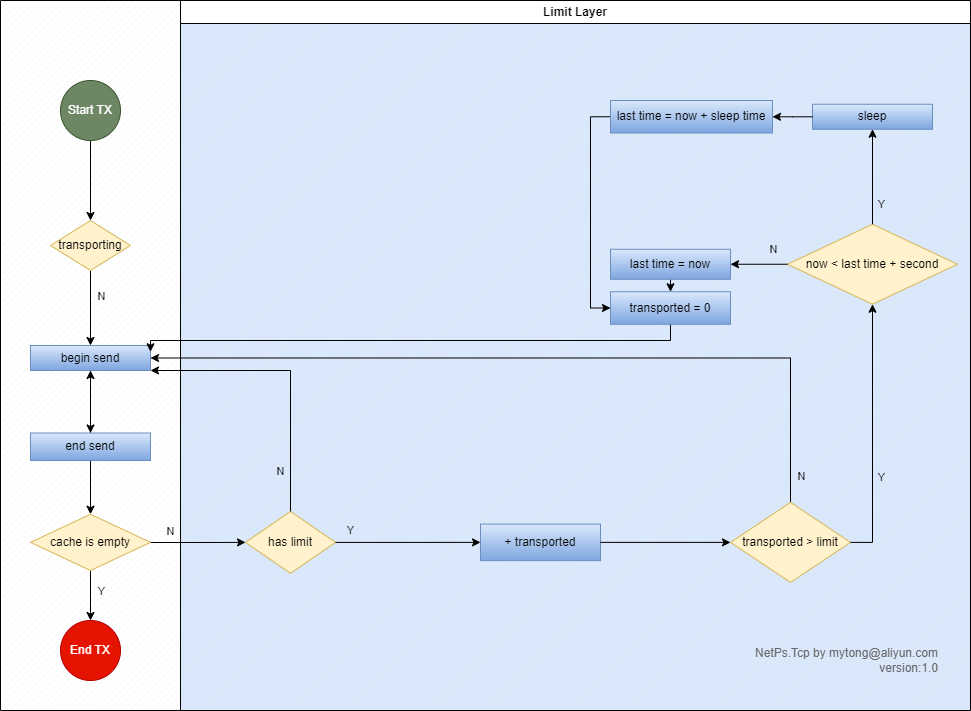
Earlier version of the draw.io export src/NetPs.Tcp/doc/TcpLimitTx.png (NetProtocols/NetPs). Source tidied: cells renumbered, new cells last; positions are measured from the earlier drawing's top-left corner, leaving out a move shared by most shapes.
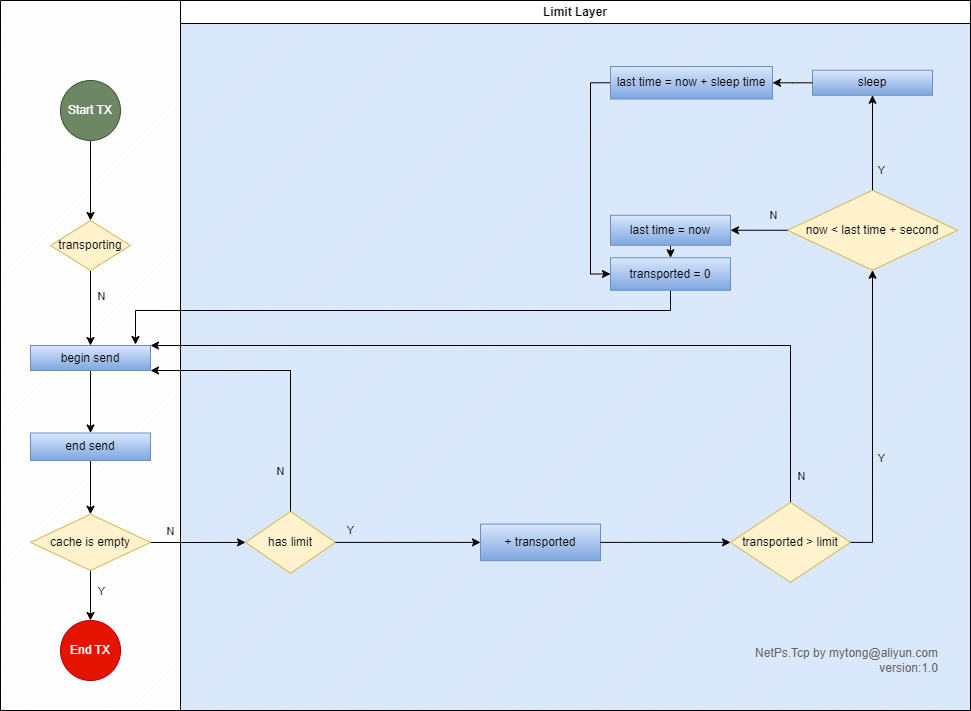
After the change.

Change to the diagram source:
```diff
@@ -40,9 +40,6 @@
     <mxCell id="13" style="edgeStyle=orthogonalEdgeStyle;rounded=0;jettySize=auto;html=1;" parent="1" edge="1" source="15" target="20">
       <mxGeometry relative="1" as="geometry" />
     </mxCell>
-    <mxCell id="14" style="edgeStyle=orthogonalEdgeStyle;rounded=0;jettySize=auto;html=1;" parent="1" edge="1" source="15" target="12">
-      <mxGeometry relative="1" as="geometry" />
-    </mxCell>
     <mxCell id="15" value="end send" style="whiteSpace=wrap;html=1;fillColor=#dae8fc;strokeColor=#6c8ebf;gradientColor=#7ea6e0;" parent="1" vertex="1">
       <mxGeometry x="30" y="432.5" width="120" height="27.5" as="geometry" />
     </mxCell>
@@ -91,8 +88,12 @@
         <mxPoint x="-48" y="-12" as="offset" />
       </mxGeometry>
     </mxCell>
-    <mxCell id="27" style="edgeStyle=orthogonalEdgeStyle;rounded=0;jettySize=auto;html=1;exitX=0.5;exitY=0;exitDx=0;exitDy=0;entryX=1;entryY=0.5;entryDx=0;entryDy=0;" parent="1" edge="1" source="29" target="12">
-      <mxGeometry relative="1" as="geometry" />
+    <mxCell id="27" style="edgeStyle=orthogonalEdgeStyle;rounded=0;jettySize=auto;html=1;exitX=0.5;exitY=0;exitDx=0;exitDy=0;entryX=1;entryY=0;entryDx=0;entryDy=0;" parent="1" edge="1" source="29" target="12">
+      <mxGeometry relative="1" as="geometry">
+        <Array as="points">
+          <mxPoint x="790" y="345" />
+        </Array>
+      </mxGeometry>
     </mxCell>
     <mxCell id="28" value="N" style="edgeLabel;html=1;align=center;verticalAlign=middle;labelBackgroundColor=none;" parent="27" vertex="1">
       <mxGeometry x="-0.93" y="-5" relative="1" as="geometry">
@@ -103,7 +104,7 @@
       <mxGeometry x="730" y="501.9" width="120" height="80" as="geometry" />
     </mxCell>
     <mxCell id="30" value="now &amp;lt; last time + second" style="rhombus;whiteSpace=wrap;html=1;fillColor=#fff2cc;strokeColor=#d6b656;" parent="1" vertex="1">
-      <mxGeometry x="787" y="223.8" width="170" height="80" as="geometry" />
+      <mxGeometry x="787" y="189.8" width="170" height="80" as="geometry" />
     </mxCell>
     <mxCell id="31" style="edgeStyle=orthogonalEdgeStyle;rounded=0;jettySize=auto;html=1;entryX=0.5;entryY=1;entryDx=0;entryDy=0;exitX=1;exitY=0.5;exitDx=0;exitDy=0;" parent="1" edge="1" source="29" target="30">
       <mxGeometry relative="1" as="geometry" />
@@ -114,7 +115,7 @@
       </mxGeometry>
     </mxCell>
     <mxCell id="33" value="sleep" style="whiteSpace=wrap;html=1;fillColor=#dae8fc;gradientColor=#7ea6e0;strokeColor=#6c8ebf;" parent="1" vertex="1">
-      <mxGeometry x="812" y="103.8" width="120" height="25" as="geometry" />
+      <mxGeometry x="812" y="69.8" width="120" height="25" as="geometry" />
     </mxCell>
     <mxCell id="34" style="edgeStyle=orthogonalEdgeStyle;rounded=0;jettySize=auto;html=1;" parent="1" edge="1" source="30" target="33">
       <mxGeometry relative="1" as="geometry" />
@@ -124,22 +125,22 @@
         <mxPoint x="6" y="32" as="offset" />
       </mxGeometry>
     </mxCell>
-    <mxCell id="36" style="edgeStyle=orthogonalEdgeStyle;rounded=0;jettySize=auto;html=1;exitX=0.5;exitY=1;exitDx=0;exitDy=0;entryX=1;entryY=0.25;entryDx=0;entryDy=0;" parent="1" edge="1" source="37" target="12">
+    <mxCell id="36" style="edgeStyle=orthogonalEdgeStyle;rounded=0;jettySize=auto;html=1;exitX=0.5;exitY=1;exitDx=0;exitDy=0;entryX=0.875;entryY=-0.04;entryDx=0;entryDy=0;entryPerimeter=0;" parent="1" edge="1" source="37" target="12">
       <mxGeometry relative="1" as="geometry">
         <Array as="points">
-          <mxPoint x="670" y="340" />
-          <mxPoint x="150" y="340" />
+          <mxPoint x="670" y="310" />
+          <mxPoint x="135" y="310" />
         </Array>
       </mxGeometry>
     </mxCell>
     <mxCell id="37" value="transported = 0" style="whiteSpace=wrap;html=1;fillColor=#dae8fc;gradientColor=#7ea6e0;strokeColor=#6c8ebf;" parent="1" vertex="1">
-      <mxGeometry x="610" y="291.2" width="120" height="32.5" as="geometry" />
+      <mxGeometry x="610" y="257.2" width="120" height="32.5" as="geometry" />
     </mxCell>
     <mxCell id="38" style="edgeStyle=orthogonalEdgeStyle;rounded=0;jettySize=auto;html=1;exitX=0.5;exitY=1;exitDx=0;exitDy=0;entryX=0.5;entryY=0;entryDx=0;entryDy=0;" parent="1" edge="1" source="39" target="37">
       <mxGeometry relative="1" as="geometry" />
     </mxCell>
     <mxCell id="39" value="last time = now" style="rounded=0;whiteSpace=wrap;html=1;fillColor=#dae8fc;gradientColor=#7ea6e0;strokeColor=#6c8ebf;" parent="1" vertex="1">
-      <mxGeometry x="610" y="248.8" width="120" height="30" as="geometry" />
+      <mxGeometry x="610" y="214.8" width="120" height="30" as="geometry" />
     </mxCell>
     <mxCell id="40" style="edgeStyle=orthogonalEdgeStyle;rounded=0;jettySize=auto;html=1;entryX=1;entryY=0.5;entryDx=0;entryDy=0;" parent="1" edge="1" source="30" target="39">
       <mxGeometry relative="1" as="geometry" />
@@ -153,7 +154,7 @@
       <mxGeometry relative="1" as="geometry" />
     </mxCell>
     <mxCell id="43" value="last time = now + sleep time" style="whiteSpace=wrap;html=1;fillColor=#dae8fc;gradientColor=#7ea6e0;strokeColor=#6c8ebf;" parent="1" vertex="1">
-      <mxGeometry x="610" y="100" width="162" height="32.5" as="geometry" />
+      <mxGeometry x="610" y="66" width="162" height="32.5" as="geometry" />
     </mxCell>
     <mxCell id="44" style="edgeStyle=orthogonalEdgeStyle;rounded=0;jettySize=auto;html=1;" parent="1" edge="1" source="33" target="43">
       <mxGeometry relative="1" as="geometry" />
```
